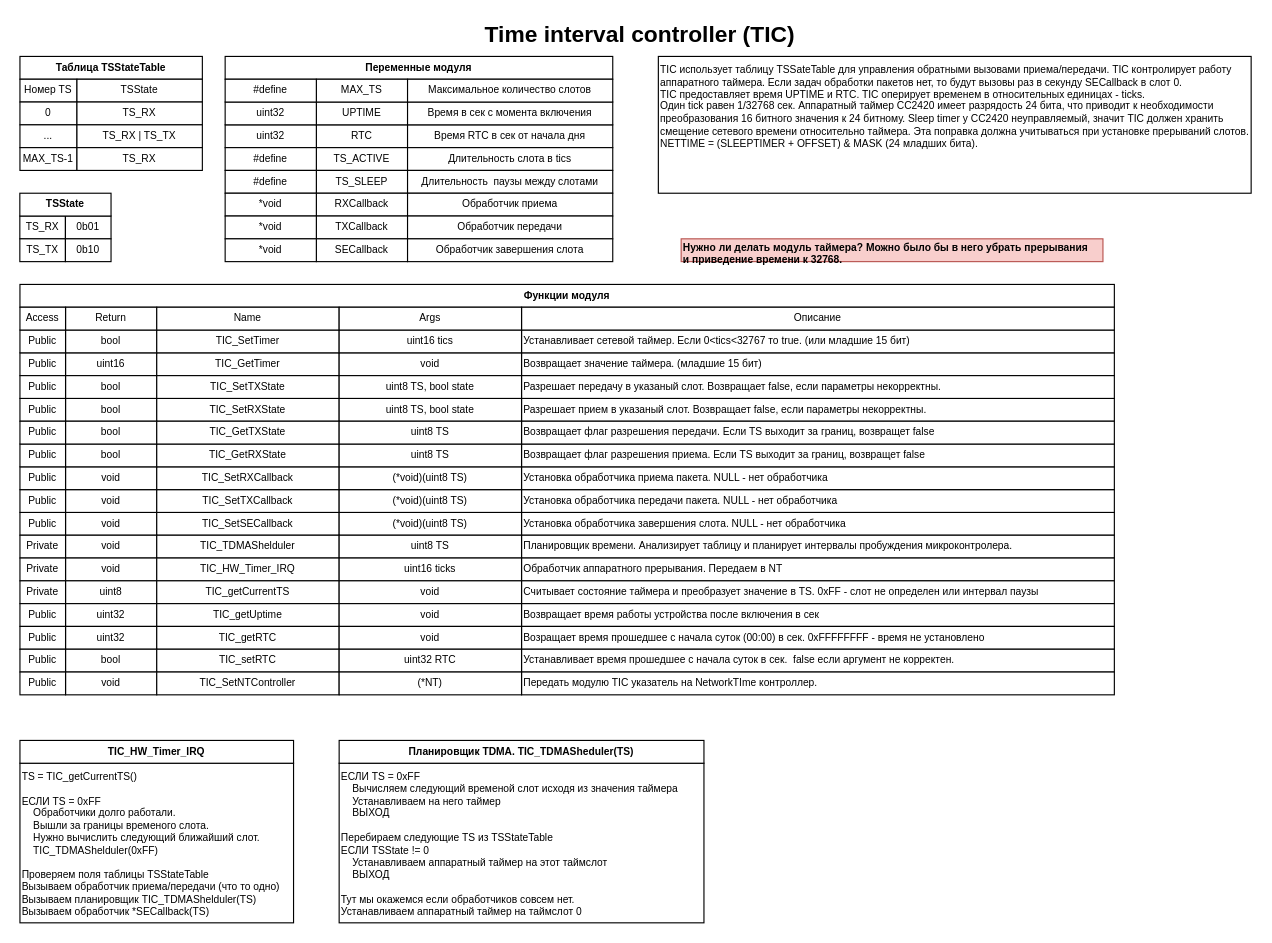
The draw.io diagram page "TIC" (3 of 11) of documentation/programm modules/modulse struct.drawio in saurex83/WMNU, before the edit. Source tidied: cells renumbered, new cells numbered last; positions are measured from the earlier drawing's top-left corner, leaving out a move shared by most shapes. Both pictures are drawn from the tidied source at 114%, with x=0, y=0 at pixel (19, 22).
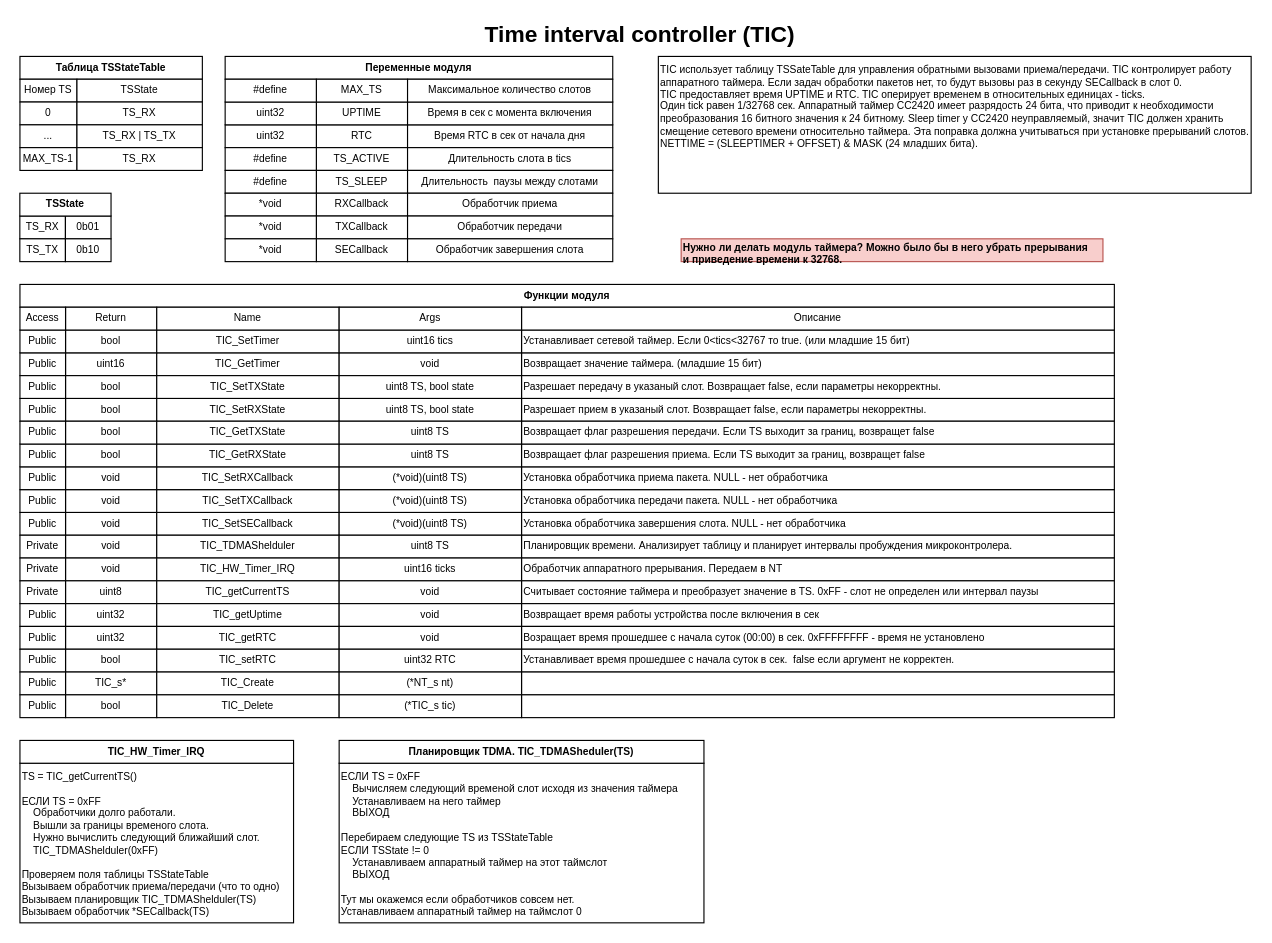
The same diagram, later.

Unchanged cells that the change refers to:
```xml
<mxCell id="158" style="group;" parent="1" vertex="1">
  <mxGeometry y="570" width="960" height="20" as="geometry" />
</mxCell>
```

Diff of the diagram source:
```diff
@@
-    <mxCell id="159" value="void" style="rounded=0;whiteSpace=wrap;html=1;fontSize=9;" parent="158" vertex="1">
-      <mxGeometry x="40" width="80" height="20" as="geometry" />
-    </mxCell>
-    <mxCell id="160" value="TIC_SetNTController" style="rounded=0;whiteSpace=wrap;html=1;fontSize=9;" parent="158" vertex="1">
-      <mxGeometry x="120" width="160" height="20" as="geometry" />
-    </mxCell>
-    <mxCell id="161" value="Передать модулю TIC указатель на NetworkTIme контроллер." style="rounded=0;whiteSpace=wrap;html=1;fontSize=9;align=left;" parent="158" vertex="1">
-      <mxGeometry x="440" width="520" height="20" as="geometry" />
-    </mxCell>
-    <mxCell id="162" value="(*NT)" style="rounded=0;whiteSpace=wrap;html=1;fontSize=9;" parent="158" vertex="1">
-      <mxGeometry x="280" width="160" height="20" as="geometry" />
-    </mxCell>
-    <mxCell id="163" value="Public" style="rounded=0;whiteSpace=wrap;html=1;fontSize=9;" parent="158" vertex="1">
-      <mxGeometry width="40" height="20" as="geometry" />
-    </mxCell>
+    <mxCell id="164" value="TIC_s*" style="rounded=0;whiteSpace=wrap;html=1;fontSize=9;" parent="158" vertex="1">
+      <mxGeometry x="40" width="80" height="20" as="geometry" />
+    </mxCell>
+    <mxCell id="165" value="TIC_Create" style="rounded=0;whiteSpace=wrap;html=1;fontSize=9;" parent="158" vertex="1">
+      <mxGeometry x="120" width="160" height="20" as="geometry" />
+    </mxCell>
+    <mxCell id="166" style="rounded=0;whiteSpace=wrap;html=1;fontSize=9;align=left;" parent="158" vertex="1">
+      <mxGeometry x="440" width="520" height="20" as="geometry" />
+    </mxCell>
+    <mxCell id="167" value="(*NT_s nt)" style="rounded=0;whiteSpace=wrap;html=1;fontSize=9;" parent="158" vertex="1">
+      <mxGeometry x="280" width="160" height="20" as="geometry" />
+    </mxCell>
+    <mxCell id="168" value="Public" style="rounded=0;whiteSpace=wrap;html=1;fontSize=9;" parent="158" vertex="1">
+      <mxGeometry width="40" height="20" as="geometry" />
+    </mxCell>
+    <mxCell id="169" style="group;" parent="1" vertex="1">
+      <mxGeometry y="590" width="960" height="20" as="geometry" />
+    </mxCell>
+    <mxCell id="170" value="bool" style="rounded=0;whiteSpace=wrap;html=1;fontSize=9;" parent="169" vertex="1">
+      <mxGeometry x="40" width="80" height="20" as="geometry" />
+    </mxCell>
+    <mxCell id="171" value="TIC_Delete" style="rounded=0;whiteSpace=wrap;html=1;fontSize=9;" parent="169" vertex="1">
+      <mxGeometry x="120" width="160" height="20" as="geometry" />
+    </mxCell>
+    <mxCell id="172" style="rounded=0;whiteSpace=wrap;html=1;fontSize=9;align=left;" parent="169" vertex="1">
+      <mxGeometry x="440" width="520" height="20" as="geometry" />
+    </mxCell>
+    <mxCell id="173" value="(*TIC_s tic)" style="rounded=0;whiteSpace=wrap;html=1;fontSize=9;" parent="169" vertex="1">
+      <mxGeometry x="280" width="160" height="20" as="geometry" />
+    </mxCell>
+    <mxCell id="174" value="Public" style="rounded=0;whiteSpace=wrap;html=1;fontSize=9;" parent="169" vertex="1">
+      <mxGeometry width="40" height="20" as="geometry" />
+    </mxCell>
```
